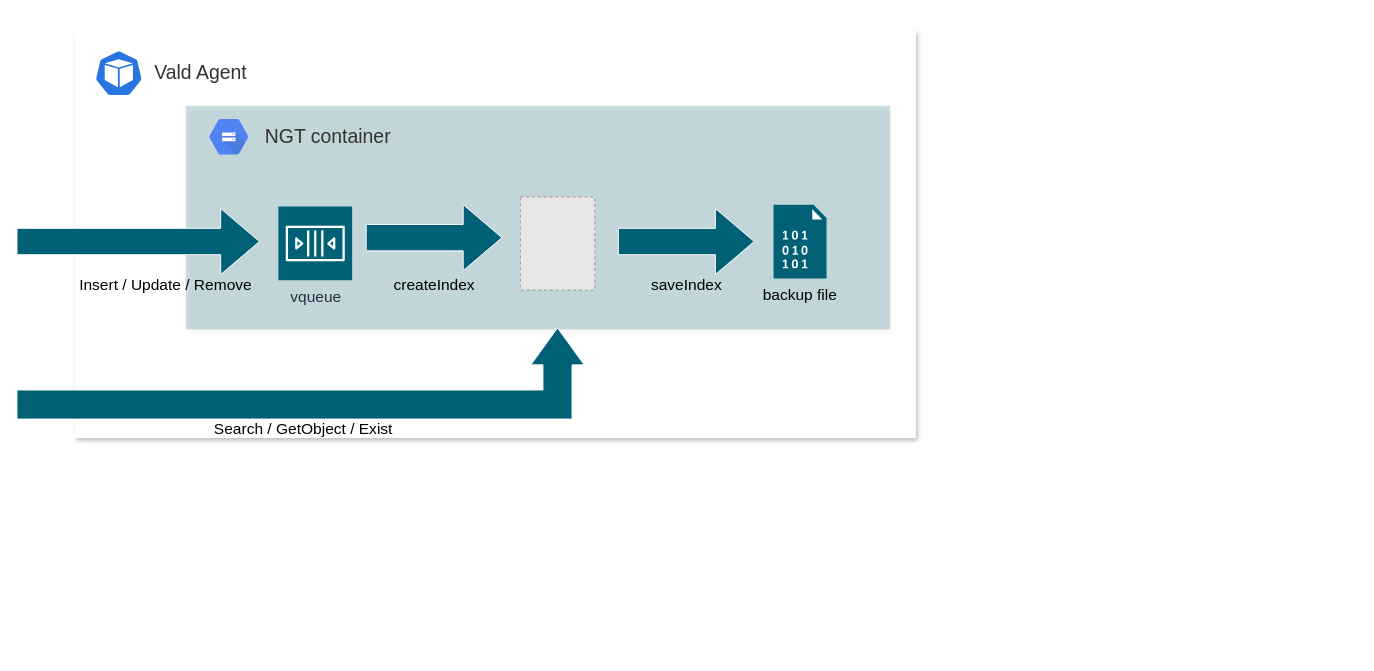
Earlier version of the draw.io diagram page "ngt" (1 of 2) of assets/docs/overview/component/agent/agent.drawio (vdaas/vald). Source tidied: cells renumbered, new cells numbered last; positions are measured from the earlier drawing's top-left corner, leaving out a move shared by most shapes. Both pictures are drawn from the tidied source at 97%, with x=0, y=0 at pixel (16, 30). Pictures stored in the file or linked from it are replaced by grey dashed boxes.
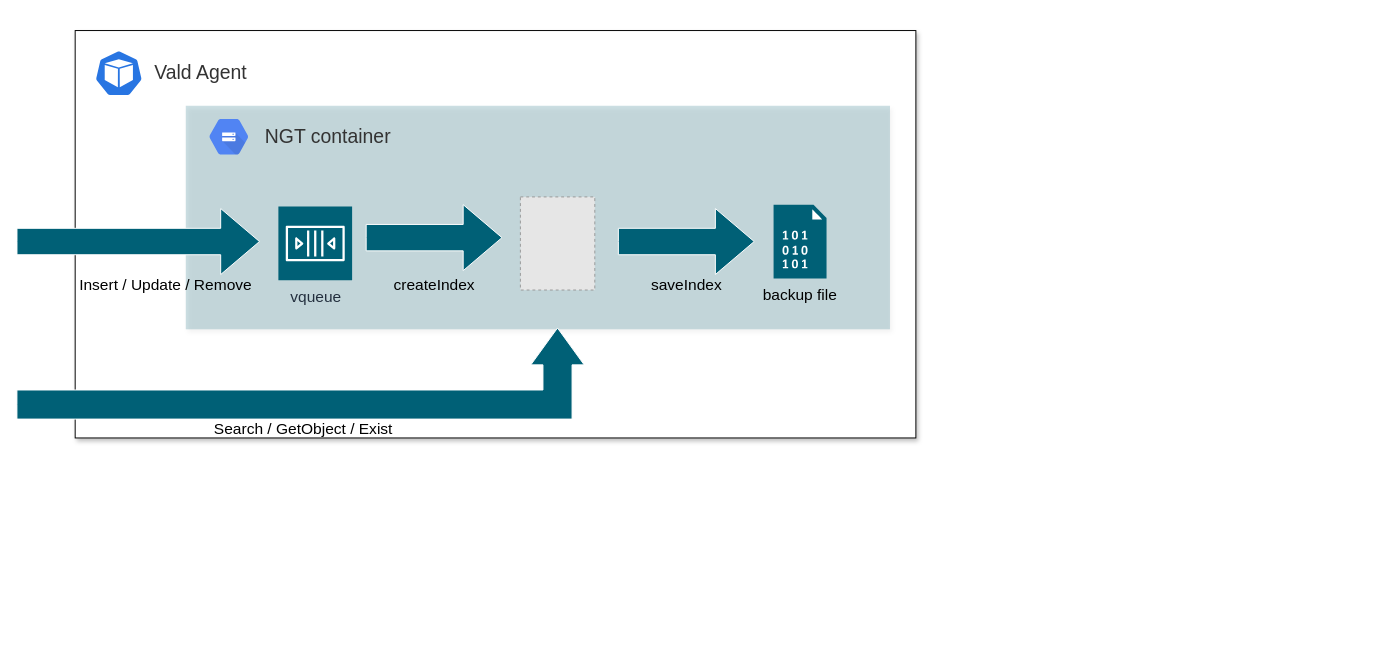
Above is the later version.

What changed in the source:
```diff
@@
     <mxCell id="2" style="group;" parent="1" vertex="1">
-      <mxGeometry width="950" height="643.2" as="geometry" />
+      <mxGeometry width="1381.5" height="643.2" as="geometry" />
     </mxCell>
     <mxCell id="3" style="rounded=0;whiteSpace=wrap;html=1;strokeColor=none;" parent="2" vertex="1">
-      <mxGeometry width="950" height="450" as="geometry" />
+      <mxGeometry y="-14" width="950" height="450" as="geometry" />
     </mxCell>
-    <mxCell id="4" value="&lt;blockquote style=&quot;margin: 0px 0px 0px 40px ; border: none ; padding: 0px ; font-size: 20px&quot;&gt;&lt;blockquote style=&quot;margin: 0px 0px 0px 40px ; border: none ; padding: 0px ; font-size: 20px&quot;&gt;&lt;span style=&quot;color: rgb(51 , 51 , 51)&quot;&gt;&lt;br&gt;Vald Agent&lt;/span&gt;&lt;br&gt;&lt;/blockquote&gt;&lt;/blockquote&gt;" style="rounded=0;whiteSpace=wrap;html=1;shadow=1;glass=0;comic=0;strokeWidth=1;fontSize=20;fontColor=#000000;align=left;labelBackgroundColor=none;strokeColor=none;fillColor=#ffffff;verticalAlign=top;" parent="2" vertex="1">
+    <mxCell id="4" value="&lt;blockquote style=&quot;margin: 0px 0px 0px 40px ; border: none ; padding: 0px ; font-size: 20px&quot;&gt;&lt;blockquote style=&quot;margin: 0px 0px 0px 40px ; border: none ; padding: 0px ; font-size: 20px&quot;&gt;&lt;span style=&quot;color: rgb(51 , 51 , 51)&quot;&gt;&lt;br&gt;Vald Agent&lt;/span&gt;&lt;br&gt;&lt;/blockquote&gt;&lt;/blockquote&gt;" style="rounded=0;whiteSpace=wrap;html=1;shadow=1;glass=0;comic=0;strokeWidth=1;fontSize=20;fontColor=#000000;align=left;labelBackgroundColor=none;strokeColor=default;fillColor=#ffffff;verticalAlign=top;" parent="2" vertex="1">
       <mxGeometry x="60" width="866.7" height="420" as="geometry" />
     </mxCell>
@@
     <mxCell id="6" style="group;" parent="2" vertex="1">
-      <mxGeometry y="68" width="900" height="575.2" as="geometry" />
+      <mxGeometry y="68" width="1381.5" height="575.2" as="geometry" />
     </mxCell>
```
